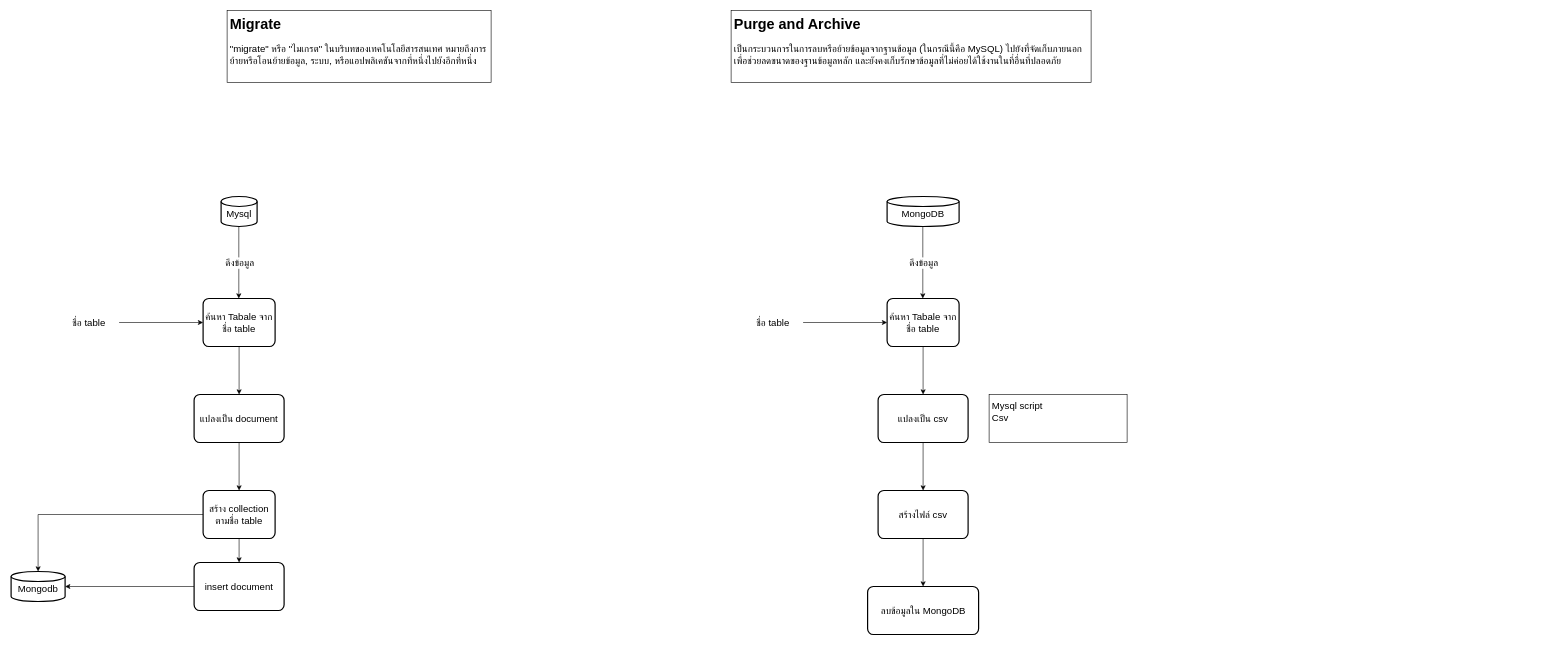
Earlier version of the draw.io diagram page "concept" (1 of 6) of flowChart.drawio (JP101TEST/Migrate_My_To_Mon). Source tidied: cells renumbered, new cells numbered last; positions are measured from the earlier drawing's top-left corner, leaving out a move shared by most shapes. Both pictures are drawn from the tidied source at 60%, with x=0, y=0 at pixel (11, 10).
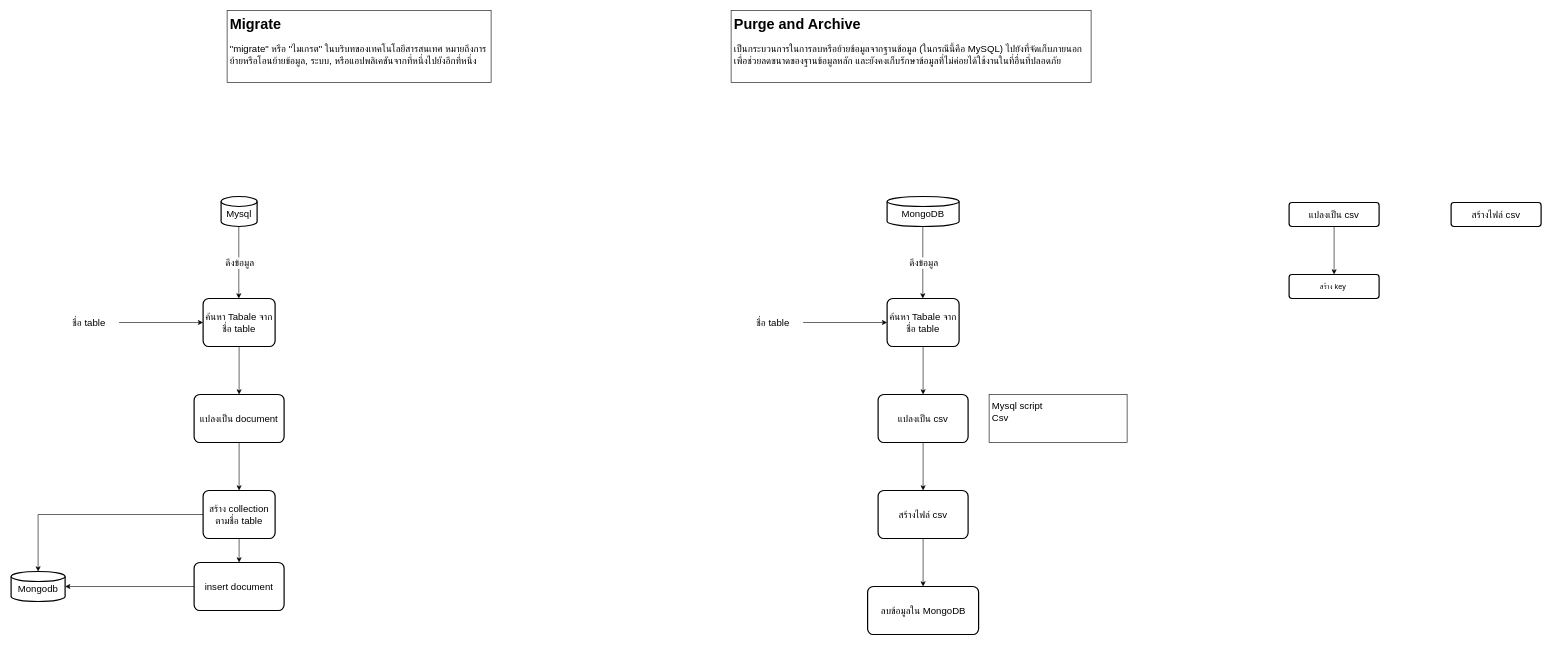
Above is the later version.

What changed in the source:
```diff
@@
+    <mxCell id="32" value="&lt;span style=&quot;font-size: 16px;&quot;&gt;สร้างไฟล์ csv&lt;/span&gt;" style="whiteSpace=wrap;html=1;strokeWidth=2;rounded=1;arcSize=12;" parent="1" vertex="1">
+      <mxGeometry x="2400" y="320" width="150" height="40" as="geometry" />
+    </mxCell>
+    <mxCell id="33" style="edgeStyle=orthogonalEdgeStyle;rounded=0;jettySize=auto;html=1;" parent="1" edge="1" source="34" target="35">
+      <mxGeometry relative="1" as="geometry" />
+    </mxCell>
+    <mxCell id="34" value="&lt;font style=&quot;font-size: 16px;&quot;&gt;แปลงเป็น csv&lt;/font&gt;" style="whiteSpace=wrap;html=1;strokeWidth=2;rounded=1;arcSize=12;" parent="1" vertex="1">
+      <mxGeometry x="2130" y="320" width="150" height="40" as="geometry" />
+    </mxCell>
+    <mxCell id="35" value="สร้าง key&amp;nbsp;" style="whiteSpace=wrap;html=1;strokeWidth=2;rounded=1;arcSize=12;" parent="1" vertex="1">
+      <mxGeometry x="2130" y="440" width="150" height="40" as="geometry" />
+    </mxCell>
```
